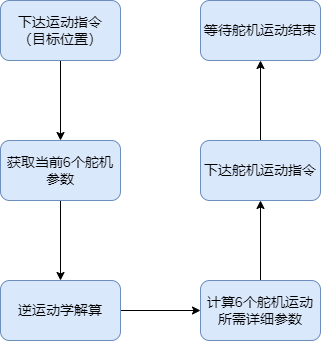
This is 流程图/未命名绘图.drawio.png from Fly0307/diagrams, a draw.io export, as it was before one commit. Source tidied: cells renumbered, new cells last; positions are measured from the earlier drawing's top-left corner, leaving out a move shared by most shapes. The source it was exported from:
```xml
<mxGraphModel>
  <root>
    <mxCell id="0" />
    <mxCell id="1" parent="0" />
    <mxCell id="2" style="edgeStyle=orthogonalEdgeStyle;rounded=0;jettySize=auto;html=1;" parent="1" edge="1" source="3" target="5">
      <mxGeometry relative="1" as="geometry" />
    </mxCell>
    <mxCell id="3" value="下达运动指令&lt;br style=&quot;font-size: 14px;&quot;&gt;（目标位置）" style="rounded=1;whiteSpace=wrap;html=1;fillColor=#dae8fc;strokeColor=#6c8ebf;fontSize=14;" parent="1" vertex="1">
      <mxGeometry width="120" height="60" as="geometry" />
    </mxCell>
    <mxCell id="4" style="edgeStyle=orthogonalEdgeStyle;rounded=0;jettySize=auto;html=1;" parent="1" edge="1" source="5" target="7">
      <mxGeometry relative="1" as="geometry" />
    </mxCell>
    <mxCell id="5" value="获取当前6个舵机参数" style="whiteSpace=wrap;html=1;rounded=1;fillColor=#dae8fc;strokeColor=#6c8ebf;fontSize=14;" parent="1" vertex="1">
      <mxGeometry y="140" width="120" height="60" as="geometry" />
    </mxCell>
    <mxCell id="6" style="edgeStyle=orthogonalEdgeStyle;rounded=0;jettySize=auto;html=1;" parent="1" edge="1" source="7" target="9">
      <mxGeometry relative="1" as="geometry" />
    </mxCell>
    <mxCell id="7" value="逆运动学解算" style="whiteSpace=wrap;html=1;rounded=1;fontSize=14;fillColor=#dae8fc;strokeColor=#6c8ebf;" parent="1" vertex="1">
      <mxGeometry y="280" width="120" height="60" as="geometry" />
    </mxCell>
    <mxCell id="8" style="edgeStyle=orthogonalEdgeStyle;rounded=0;jettySize=auto;html=1;" parent="1" edge="1" source="9" target="11">
      <mxGeometry relative="1" as="geometry" />
    </mxCell>
    <mxCell id="9" value="计算6个舵机运动所需详细参数" style="whiteSpace=wrap;html=1;rounded=1;fillColor=#dae8fc;strokeColor=#6c8ebf;fontSize=14;" parent="1" vertex="1">
      <mxGeometry x="200" y="280" width="120" height="60" as="geometry" />
    </mxCell>
    <mxCell id="10" style="edgeStyle=orthogonalEdgeStyle;rounded=0;jettySize=auto;html=1;" parent="1" edge="1" source="11" target="12">
      <mxGeometry relative="1" as="geometry" />
    </mxCell>
    <mxCell id="11" value="下达舵机运动指令" style="whiteSpace=wrap;html=1;rounded=1;fillColor=#dae8fc;strokeColor=#6c8ebf;fontSize=14;" parent="1" vertex="1">
      <mxGeometry x="200" y="140" width="120" height="60" as="geometry" />
    </mxCell>
    <mxCell id="12" value="等待舵机运动结束" style="whiteSpace=wrap;html=1;rounded=1;fillColor=#dae8fc;strokeColor=#6c8ebf;fontSize=14;" parent="1" vertex="1">
      <mxGeometry x="200" width="120" height="60" as="geometry" />
    </mxCell>
  </root>
</mxGraphModel>
```
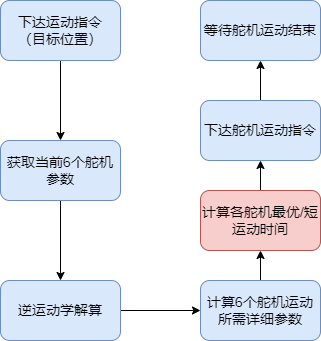
Later version of the same file.

Commit message:
增加舵机最优时间计算

The edit, as a diff of the source:
```diff
@@ -20,9 +20,9 @@
     <mxCell id="7" value="逆运动学解算" style="whiteSpace=wrap;html=1;rounded=1;fontSize=14;fillColor=#dae8fc;strokeColor=#6c8ebf;" parent="1" vertex="1">
       <mxGeometry y="280" width="120" height="60" as="geometry" />
     </mxCell>
-    <mxCell id="8" style="edgeStyle=orthogonalEdgeStyle;rounded=0;jettySize=auto;html=1;" parent="1" edge="1" source="9" target="11">
-      <mxGeometry relative="1" as="geometry" />
-    </mxCell>
+    <mxCell id="13" style="edgeStyle=orthogonalEdgeStyle;rounded=0;jettySize=auto;html=1;" parent="1" edge="1" source="9" target="15">
+      <mxGeometry relative="1" as="geometry" />
+    </mxCell>
     <mxCell id="9" value="计算6个舵机运动所需详细参数" style="whiteSpace=wrap;html=1;rounded=1;fillColor=#dae8fc;strokeColor=#6c8ebf;fontSize=14;" parent="1" vertex="1">
       <mxGeometry x="200" y="280" width="120" height="60" as="geometry" />
     </mxCell>
@@ -30,10 +30,16 @@
       <mxGeometry relative="1" as="geometry" />
     </mxCell>
     <mxCell id="11" value="下达舵机运动指令" style="whiteSpace=wrap;html=1;rounded=1;fillColor=#dae8fc;strokeColor=#6c8ebf;fontSize=14;" parent="1" vertex="1">
-      <mxGeometry x="200" y="140" width="120" height="60" as="geometry" />
+      <mxGeometry x="200" y="100" width="120" height="60" as="geometry" />
     </mxCell>
     <mxCell id="12" value="等待舵机运动结束" style="whiteSpace=wrap;html=1;rounded=1;fillColor=#dae8fc;strokeColor=#6c8ebf;fontSize=14;" parent="1" vertex="1">
       <mxGeometry x="200" width="120" height="60" as="geometry" />
     </mxCell>
+    <mxCell id="14" style="edgeStyle=orthogonalEdgeStyle;rounded=0;jettySize=auto;html=1;" parent="1" edge="1" source="15" target="11">
+      <mxGeometry relative="1" as="geometry" />
+    </mxCell>
+    <mxCell id="15" value="计算各舵机最优/短运动时间" style="whiteSpace=wrap;html=1;fontSize=14;fillColor=#f8cecc;strokeColor=#b85450;rounded=1;" parent="1" vertex="1">
+      <mxGeometry x="200" y="190" width="120" height="60" as="geometry" />
+    </mxCell>
   </root>
 </mxGraphModel>
```
